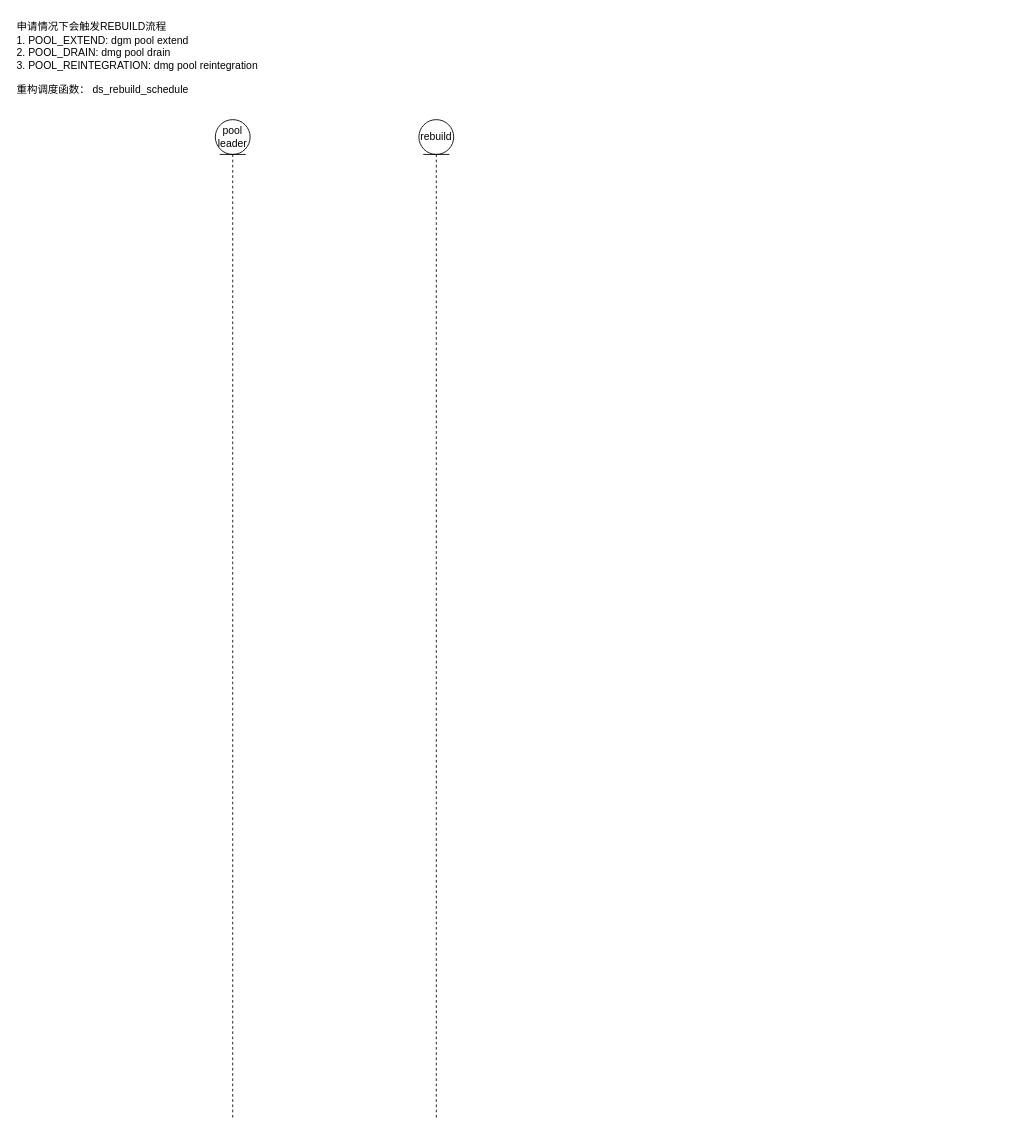
This is page "REBUILD" (8 of 9) of DAOS时序图drawio.drawio from c-wchen/daos_doc, a draw.io file, before an edit. Source tidied: cells renumbered, new cells numbered last; positions are measured from the earlier drawing's top-left corner, leaving out a move shared by most shapes. Both pictures are drawn from the tidied source at 87%, with x=0, y=0 at pixel (15, 15).
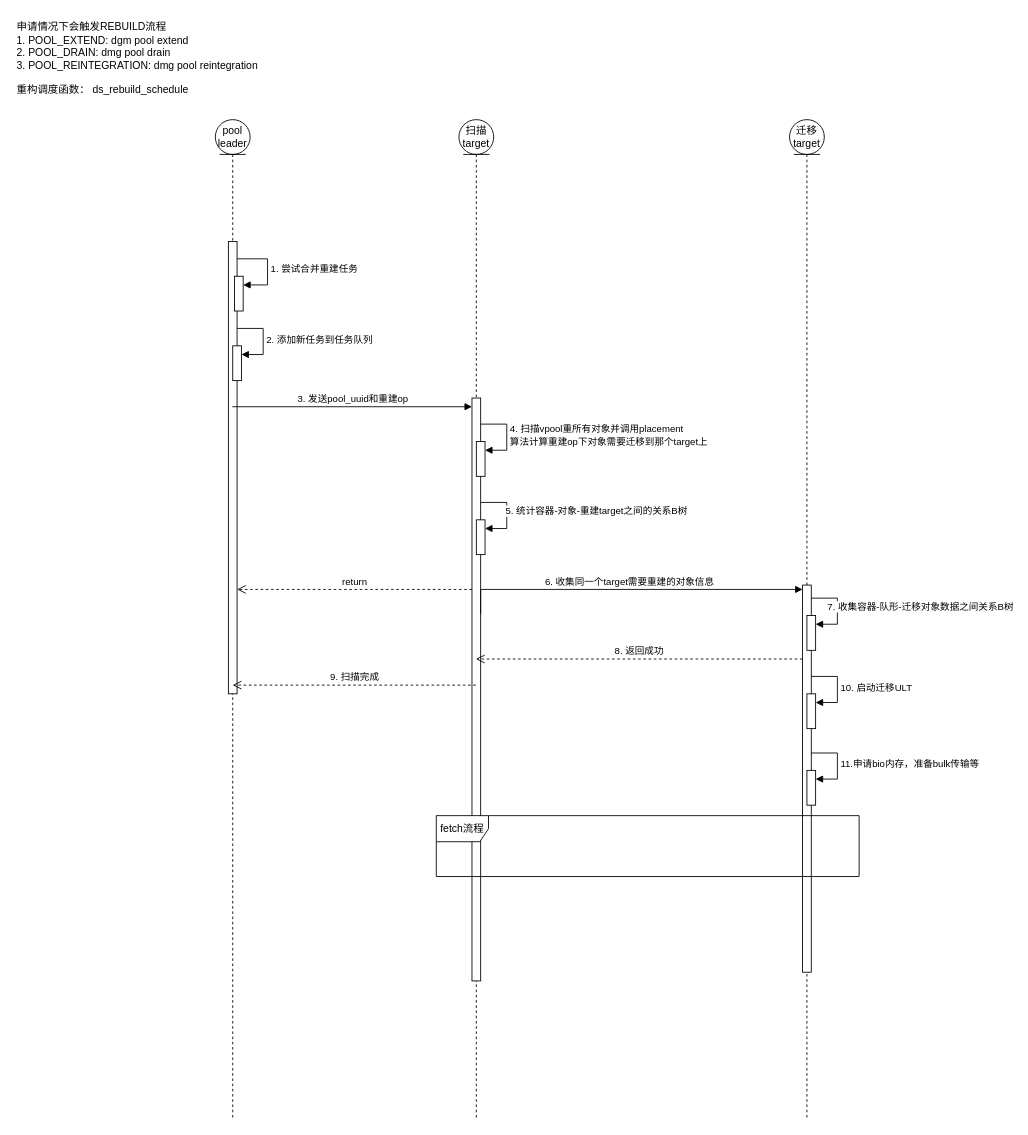
The same page after the edit.

The change refers to these unchanged cells:
```xml
<mxCell id="2" value="pool leader" style="shape=umlLifeline;perimeter=lifelinePerimeter;whiteSpace=wrap;html=1;outlineConnect=0;portConstraint=eastwest;newEdgeStyle={&quot;edgeStyle&quot;:&quot;elbowEdgeStyle&quot;,&quot;elbow&quot;:&quot;vertical&quot;,&quot;curved&quot;:0,&quot;rounded&quot;:0};participant=umlEntity;" parent="1" vertex="1">
  <mxGeometry x="230" y="120" width="40" height="1150" as="geometry" />
</mxCell>
```

Diff of the diagram source:
```diff
@@
+    <mxCell id="5" style="html=1;points=[];perimeter=orthogonalPerimeter;outlineConnect=0;targetShapes=umlLifeline;portConstraint=eastwest;newEdgeStyle={&quot;edgeStyle&quot;:&quot;elbowEdgeStyle&quot;,&quot;elbow&quot;:&quot;vertical&quot;,&quot;curved&quot;:0,&quot;rounded&quot;:0};" parent="2" vertex="1">
+      <mxGeometry x="15" y="140" width="10" height="520" as="geometry" />
+    </mxCell>
+    <mxCell id="6" style="html=1;points=[];perimeter=orthogonalPerimeter;outlineConnect=0;targetShapes=umlLifeline;portConstraint=eastwest;newEdgeStyle={&quot;edgeStyle&quot;:&quot;elbowEdgeStyle&quot;,&quot;elbow&quot;:&quot;vertical&quot;,&quot;curved&quot;:0,&quot;rounded&quot;:0};" parent="2" vertex="1">
+      <mxGeometry x="22" y="180" width="10" height="40" as="geometry" />
+    </mxCell>
+    <mxCell id="7" value="1. 尝试合并重建任务" style="html=1;align=left;spacingLeft=2;endArrow=block;rounded=0;edgeStyle=orthogonalEdgeStyle;curved=0;rounded=0;" parent="2" edge="1" source="5" target="6">
+      <mxGeometry relative="1" as="geometry">
+        <Array as="points">
+          <mxPoint x="60" y="160" />
+          <mxPoint x="60" y="190" />
+        </Array>
+      </mxGeometry>
+    </mxCell>
+    <mxCell id="8" style="html=1;points=[];perimeter=orthogonalPerimeter;outlineConnect=0;targetShapes=umlLifeline;portConstraint=eastwest;newEdgeStyle={&quot;edgeStyle&quot;:&quot;elbowEdgeStyle&quot;,&quot;elbow&quot;:&quot;vertical&quot;,&quot;curved&quot;:0,&quot;rounded&quot;:0};" parent="2" vertex="1">
+      <mxGeometry x="20" y="260" width="10" height="40" as="geometry" />
+    </mxCell>
+    <mxCell id="9" value="2. 添加新任务到任务队列" style="html=1;align=left;spacingLeft=2;endArrow=block;rounded=0;edgeStyle=orthogonalEdgeStyle;curved=0;rounded=0;" parent="2" edge="1" target="8">
+      <mxGeometry relative="1" as="geometry">
+        <mxPoint x="25" y="240" as="sourcePoint" />
+        <Array as="points">
+          <mxPoint x="55" y="270" />
+        </Array>
+      </mxGeometry>
+    </mxCell>
@@
-    <mxCell id="4" value="rebuild" style="shape=umlLifeline;perimeter=lifelinePerimeter;whiteSpace=wrap;html=1;outlineConnect=0;portConstraint=eastwest;newEdgeStyle={&quot;edgeStyle&quot;:&quot;elbowEdgeStyle&quot;,&quot;elbow&quot;:&quot;vertical&quot;,&quot;curved&quot;:0,&quot;rounded&quot;:0};participant=umlEntity;" parent="1" vertex="1">
-      <mxGeometry x="464" y="120" width="40" height="1150" as="geometry" />
+    <mxCell id="4" value="扫描target" style="shape=umlLifeline;perimeter=lifelinePerimeter;whiteSpace=wrap;html=1;outlineConnect=0;portConstraint=eastwest;newEdgeStyle={&quot;edgeStyle&quot;:&quot;elbowEdgeStyle&quot;,&quot;elbow&quot;:&quot;vertical&quot;,&quot;curved&quot;:0,&quot;rounded&quot;:0};participant=umlEntity;" parent="1" vertex="1">
+      <mxGeometry x="510" y="120" width="40" height="1150" as="geometry" />
     </mxCell>
+    <mxCell id="10" style="html=1;points=[];perimeter=orthogonalPerimeter;outlineConnect=0;targetShapes=umlLifeline;portConstraint=eastwest;newEdgeStyle={&quot;edgeStyle&quot;:&quot;elbowEdgeStyle&quot;,&quot;elbow&quot;:&quot;vertical&quot;,&quot;curved&quot;:0,&quot;rounded&quot;:0};" parent="4" vertex="1">
+      <mxGeometry x="15" y="320" width="10" height="670" as="geometry" />
+    </mxCell>
+    <mxCell id="11" style="html=1;points=[];perimeter=orthogonalPerimeter;outlineConnect=0;targetShapes=umlLifeline;portConstraint=eastwest;newEdgeStyle={&quot;edgeStyle&quot;:&quot;elbowEdgeStyle&quot;,&quot;elbow&quot;:&quot;vertical&quot;,&quot;curved&quot;:0,&quot;rounded&quot;:0};" parent="4" vertex="1">
+      <mxGeometry x="20" y="370" width="10" height="40" as="geometry" />
+    </mxCell>
+    <mxCell id="12" value="4. 扫描vpool重所有对象并调用placement&lt;br&gt;算法计算重建op下对象需要迁移到那个target上" style="html=1;align=left;spacingLeft=2;endArrow=block;rounded=0;edgeStyle=orthogonalEdgeStyle;curved=0;rounded=0;" parent="4" edge="1" target="11">
+      <mxGeometry relative="1" as="geometry">
+        <mxPoint x="25" y="350" as="sourcePoint" />
+        <Array as="points">
+          <mxPoint x="55" y="380" />
+        </Array>
+      </mxGeometry>
+    </mxCell>
+    <mxCell id="13" style="html=1;points=[];perimeter=orthogonalPerimeter;outlineConnect=0;targetShapes=umlLifeline;portConstraint=eastwest;newEdgeStyle={&quot;edgeStyle&quot;:&quot;elbowEdgeStyle&quot;,&quot;elbow&quot;:&quot;vertical&quot;,&quot;curved&quot;:0,&quot;rounded&quot;:0};" parent="4" vertex="1">
+      <mxGeometry x="20" y="460" width="10" height="40" as="geometry" />
+    </mxCell>
+    <mxCell id="14" value="5. 统计容器-对象-重建target之间的关系B树" style="html=1;align=left;spacingLeft=2;endArrow=block;rounded=0;edgeStyle=orthogonalEdgeStyle;curved=0;rounded=0;" parent="4" edge="1" target="13">
+      <mxGeometry x="-0.06" y="-5" relative="1" as="geometry">
+        <mxPoint x="25" y="440" as="sourcePoint" />
+        <Array as="points">
+          <mxPoint x="55" y="470" />
+        </Array>
+      </mxGeometry>
+    </mxCell>
+    <mxCell id="15" value="3. 发送pool_uuid和重建op" style="html=1;verticalAlign=bottom;endArrow=block;edgeStyle=elbowEdgeStyle;elbow=vertical;curved=0;rounded=0;" parent="1" edge="1" source="2" target="10">
+      <mxGeometry relative="1" as="geometry">
+        <Array as="points">
+          <mxPoint x="410" y="450" />
+        </Array>
+      </mxGeometry>
+    </mxCell>
+    <mxCell id="16" value="return" style="html=1;verticalAlign=bottom;endArrow=open;dashed=1;endSize=8;edgeStyle=elbowEdgeStyle;elbow=vertical;curved=0;rounded=0;" parent="1" edge="1" source="10" target="5">
+      <mxGeometry relative="1" as="geometry">
+        <Array as="points">
+          <mxPoint x="420" y="660" />
+          <mxPoint x="410" y="510" />
+          <mxPoint x="430" y="440" />
+        </Array>
+      </mxGeometry>
+    </mxCell>
+    <mxCell id="17" value="迁移target" style="shape=umlLifeline;perimeter=lifelinePerimeter;whiteSpace=wrap;html=1;newEdgeStyle={&quot;edgeStyle&quot;:&quot;elbowEdgeStyle&quot;,&quot;elbow&quot;:&quot;vertical&quot;,&quot;curved&quot;:0,&quot;rounded&quot;:0};participant=umlEntity;" parent="1" vertex="1">
+      <mxGeometry x="890" y="120" width="40" height="1150" as="geometry" />
+    </mxCell>
+    <mxCell id="18" style="html=1;points=[];perimeter=orthogonalPerimeter;outlineConnect=0;targetShapes=umlLifeline;portConstraint=eastwest;newEdgeStyle={&quot;edgeStyle&quot;:&quot;elbowEdgeStyle&quot;,&quot;elbow&quot;:&quot;vertical&quot;,&quot;curved&quot;:0,&quot;rounded&quot;:0};" parent="17" vertex="1">
+      <mxGeometry x="15" y="535" width="10" height="445" as="geometry" />
+    </mxCell>
+    <mxCell id="19" style="html=1;points=[];perimeter=orthogonalPerimeter;outlineConnect=0;targetShapes=umlLifeline;portConstraint=eastwest;newEdgeStyle={&quot;edgeStyle&quot;:&quot;elbowEdgeStyle&quot;,&quot;elbow&quot;:&quot;vertical&quot;,&quot;curved&quot;:0,&quot;rounded&quot;:0};" parent="17" vertex="1">
+      <mxGeometry x="20" y="570" width="10" height="40" as="geometry" />
+    </mxCell>
+    <mxCell id="20" value="7. 收集容器-队形-迁移对象数据之间关系B树" style="html=1;align=left;spacingLeft=2;endArrow=block;rounded=0;edgeStyle=orthogonalEdgeStyle;curved=0;rounded=0;" parent="17" edge="1" target="19">
+      <mxGeometry x="-0.65" y="-10" relative="1" as="geometry">
+        <mxPoint x="25" y="550" as="sourcePoint" />
+        <Array as="points">
+          <mxPoint x="55" y="580" />
+        </Array>
+      </mxGeometry>
+    </mxCell>
+    <mxCell id="21" style="html=1;points=[];perimeter=orthogonalPerimeter;outlineConnect=0;targetShapes=umlLifeline;portConstraint=eastwest;newEdgeStyle={&quot;edgeStyle&quot;:&quot;elbowEdgeStyle&quot;,&quot;elbow&quot;:&quot;vertical&quot;,&quot;curved&quot;:0,&quot;rounded&quot;:0};" parent="17" vertex="1">
+      <mxGeometry x="20" y="660" width="10" height="40" as="geometry" />
+    </mxCell>
+    <mxCell id="22" value="10. 启动迁移ULT" style="html=1;align=left;spacingLeft=2;endArrow=block;rounded=0;edgeStyle=orthogonalEdgeStyle;curved=0;rounded=0;" parent="17" edge="1" target="21">
+      <mxGeometry relative="1" as="geometry">
+        <mxPoint x="25" y="640" as="sourcePoint" />
+        <Array as="points">
+          <mxPoint x="55" y="670" />
+        </Array>
+      </mxGeometry>
+    </mxCell>
+    <mxCell id="23" style="html=1;points=[];perimeter=orthogonalPerimeter;outlineConnect=0;targetShapes=umlLifeline;portConstraint=eastwest;newEdgeStyle={&quot;edgeStyle&quot;:&quot;elbowEdgeStyle&quot;,&quot;elbow&quot;:&quot;vertical&quot;,&quot;curved&quot;:0,&quot;rounded&quot;:0};" parent="17" vertex="1">
+      <mxGeometry x="20" y="748" width="10" height="40" as="geometry" />
+    </mxCell>
+    <mxCell id="24" value="11.申请bio内存，准备bulk传输等" style="html=1;align=left;spacingLeft=2;endArrow=block;rounded=0;edgeStyle=orthogonalEdgeStyle;curved=0;rounded=0;" parent="17" edge="1" target="23">
+      <mxGeometry relative="1" as="geometry">
+        <mxPoint x="25" y="728" as="sourcePoint" />
+        <Array as="points">
+          <mxPoint x="55" y="758" />
+        </Array>
+      </mxGeometry>
+    </mxCell>
+    <mxCell id="25" value="6. 收集同一个target需要重建的对象信息" style="html=1;verticalAlign=bottom;endArrow=block;edgeStyle=elbowEdgeStyle;elbow=vertical;curved=0;rounded=0;" parent="1" edge="1" target="18">
+      <mxGeometry relative="1" as="geometry">
+        <mxPoint x="535" y="688" as="sourcePoint" />
+        <Array as="points">
+          <mxPoint x="730" y="660" />
+        </Array>
+      </mxGeometry>
+    </mxCell>
+    <mxCell id="26" value="8. 返回成功" style="html=1;verticalAlign=bottom;endArrow=open;dashed=1;endSize=8;edgeStyle=elbowEdgeStyle;elbow=vertical;curved=0;rounded=0;" parent="1" edge="1" source="18" target="4">
+      <mxGeometry relative="1" as="geometry">
+        <Array as="points">
+          <mxPoint x="750" y="740" />
+          <mxPoint x="810" y="780" />
+          <mxPoint x="728" y="730" />
+        </Array>
+      </mxGeometry>
+    </mxCell>
+    <mxCell id="27" value="fetch流程" style="shape=umlFrame;whiteSpace=wrap;html=1;" parent="1" vertex="1">
+      <mxGeometry x="484" y="920" width="486" height="70" as="geometry" />
+    </mxCell>
+    <mxCell id="28" value="9. 扫描完成" style="html=1;verticalAlign=bottom;endArrow=open;dashed=1;endSize=8;edgeStyle=elbowEdgeStyle;elbow=vertical;curved=0;rounded=0;" parent="1" edge="1" source="4">
+      <mxGeometry relative="1" as="geometry">
+        <mxPoint x="250" y="770" as="targetPoint" />
+      </mxGeometry>
+    </mxCell>
```
